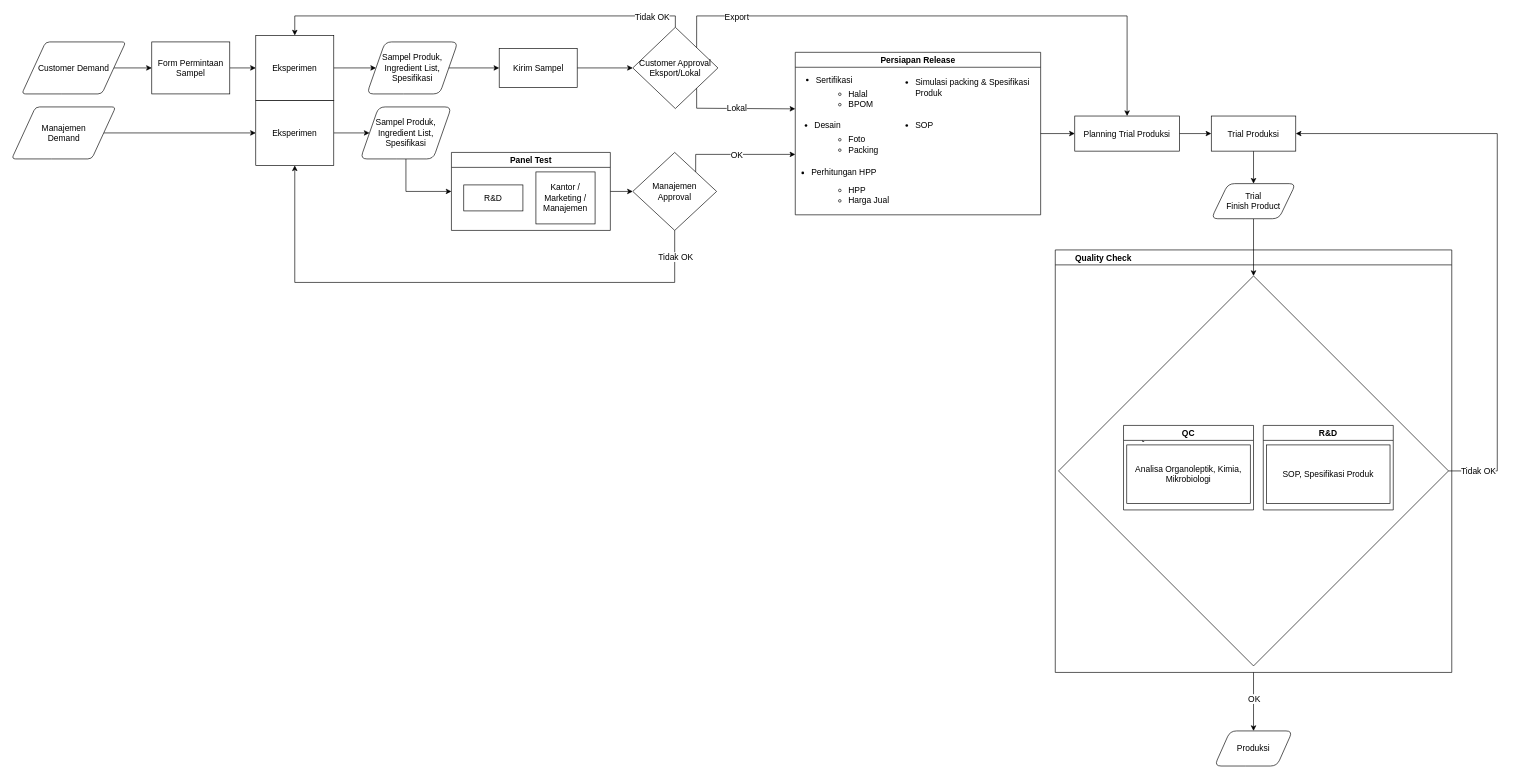
Above: Proses R&D.drawio in hafizh911/drawio (draw.io), before the change. Source tidied: cells renumbered, new cells numbered last; positions are measured from the earlier drawing's top-left corner, leaving out a move shared by most shapes. Both pictures are drawn from the tidied source at 65%, with x=0, y=0 at pixel (11, 16).
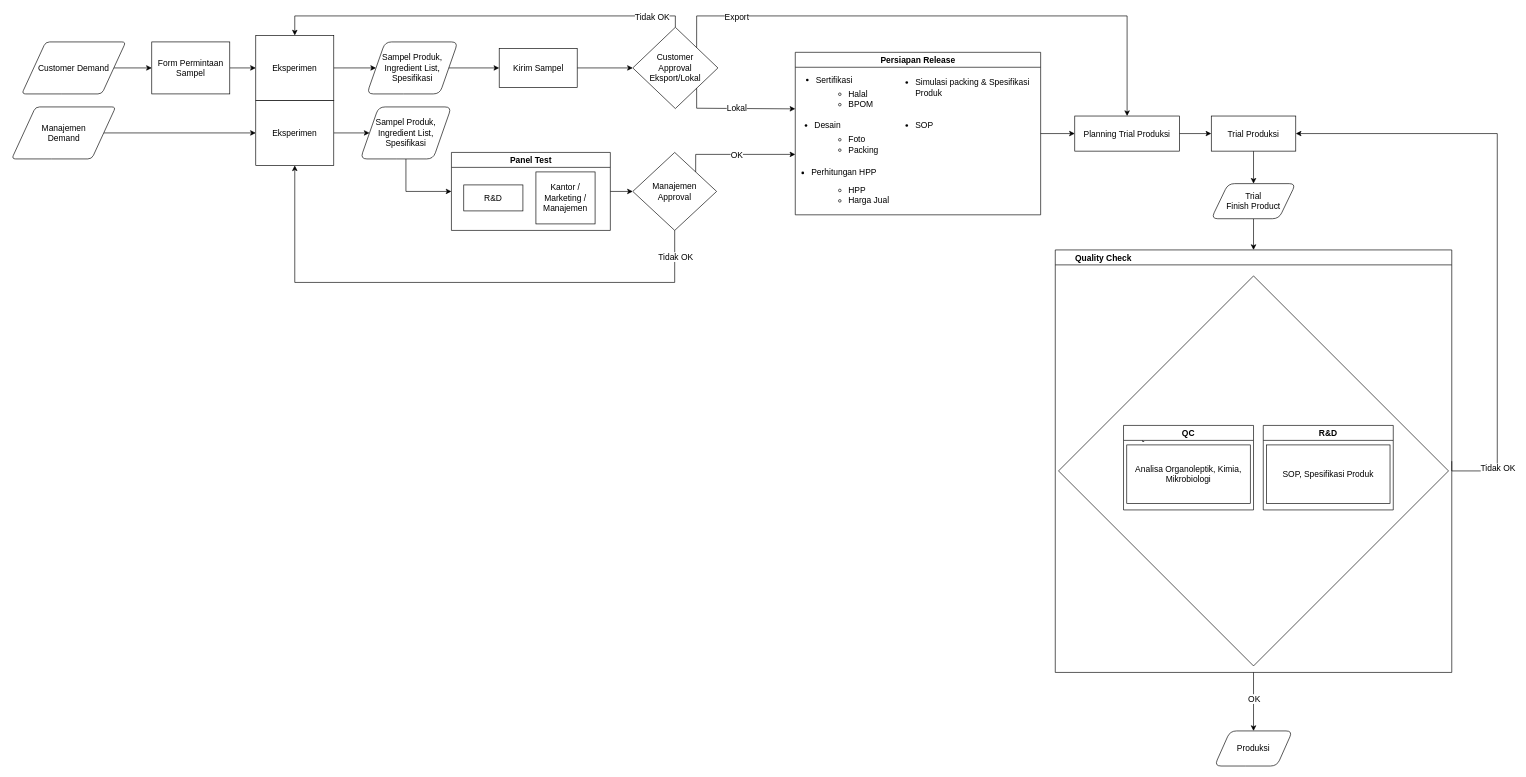
The same diagram, later.

Unchanged cells that the change refers to:
```xml
<mxCell id="9" value="Trial Produksi" style="whiteSpace=wrap;strokeWidth=1;fontSize=13;" parent="1" vertex="1">
  <mxGeometry x="1846" y="154" width="130" height="54" as="geometry" />
</mxCell>
<mxCell id="49" value="&lt;font&gt;&lt;span style=&quot;white-space: pre;&quot;&gt;&#9;&lt;/span&gt;Quality Check&lt;/font&gt;" style="swimlane;whiteSpace=wrap;html=1;align=left;fontSize=13;" parent="1" vertex="1">
  <mxGeometry x="1606" y="360" width="610" height="650" as="geometry" />
</mxCell>
<mxCell id="50" style="rhombus;whiteSpace=wrap;html=1;fontSize=13;" parent="49" vertex="1">
  <mxGeometry x="5" y="40" width="600" height="600" as="geometry" />
</mxCell>
<mxCell id="58" value="Trial&#10;Finish Product" style="shape=parallelogram;whiteSpace=wrap;strokeWidth=1;perimeter=parallelogramPerimeter;rounded=1;fontSize=13;" parent="1" vertex="1">
  <mxGeometry x="1846" y="258" width="130" height="54" as="geometry" />
</mxCell>
```

Diff of the diagram source:
```diff
@@
-    <mxCell id="34" value="Customer Approval&lt;div&gt;Eksport/Lokal&lt;/div&gt;" style="rhombus;whiteSpace=wrap;html=1;fontSize=13;" parent="1" vertex="1">
+    <mxCell id="34" value="Customer&lt;div&gt;Approval&lt;div&gt;Eksport/Lokal&lt;/div&gt;&lt;/div&gt;" style="rhombus;whiteSpace=wrap;html=1;fontSize=13;" parent="1" vertex="1">
       <mxGeometry x="956" y="17.5" width="131" height="125" as="geometry" />
     </mxCell>
@@
-    <mxCell id="57" style="edgeStyle=orthogonalEdgeStyle;rounded=0;jettySize=auto;html=1;exitX=0.5;exitY=1;exitDx=0;exitDy=0;entryX=0.5;entryY=0;entryDx=0;entryDy=0;fontSize=13;" parent="1" edge="1" source="58" target="50">
+    <mxCell id="57" style="edgeStyle=orthogonalEdgeStyle;rounded=0;jettySize=auto;html=1;exitX=0.5;exitY=1;exitDx=0;exitDy=0;entryX=0.5;entryY=0;entryDx=0;entryDy=0;fontSize=13;" parent="1" edge="1" source="58" target="49">
       <mxGeometry relative="1" as="geometry" />
     </mxCell>
@@
-    <mxCell id="61" style="endArrow=classic;html=1;rounded=0;exitX=1;exitY=0.5;exitDx=0;exitDy=0;entryX=1;entryY=0.5;entryDx=0;entryDy=0;edgeStyle=orthogonalEdgeStyle;fontSize=13;" parent="1" edge="1" source="50" target="9">
+    <mxCell id="61" style="endArrow=classic;html=1;rounded=0;exitX=1;exitY=0.5;exitDx=0;exitDy=0;entryX=1;entryY=0.5;entryDx=0;entryDy=0;edgeStyle=orthogonalEdgeStyle;fontSize=13;" parent="1" edge="1" source="49" target="9">
       <mxGeometry relative="1" as="geometry">
         <Array as="points">
+          <mxPoint x="2216" y="700" />
           <mxPoint x="2286" y="700" />
           <mxPoint x="2286" y="181" />
         </Array>
       </mxGeometry>
     </mxCell>
     <mxCell id="62" value="Tidak OK" style="edgeLabel;html=1;align=center;verticalAlign=middle;fontSize=13;" parent="61" vertex="1">
       <mxGeometry relative="1" as="geometry">
-        <mxPoint x="-30" y="377" as="offset" />
+        <mxPoint y="367" as="offset" />
       </mxGeometry>
     </mxCell>
```
